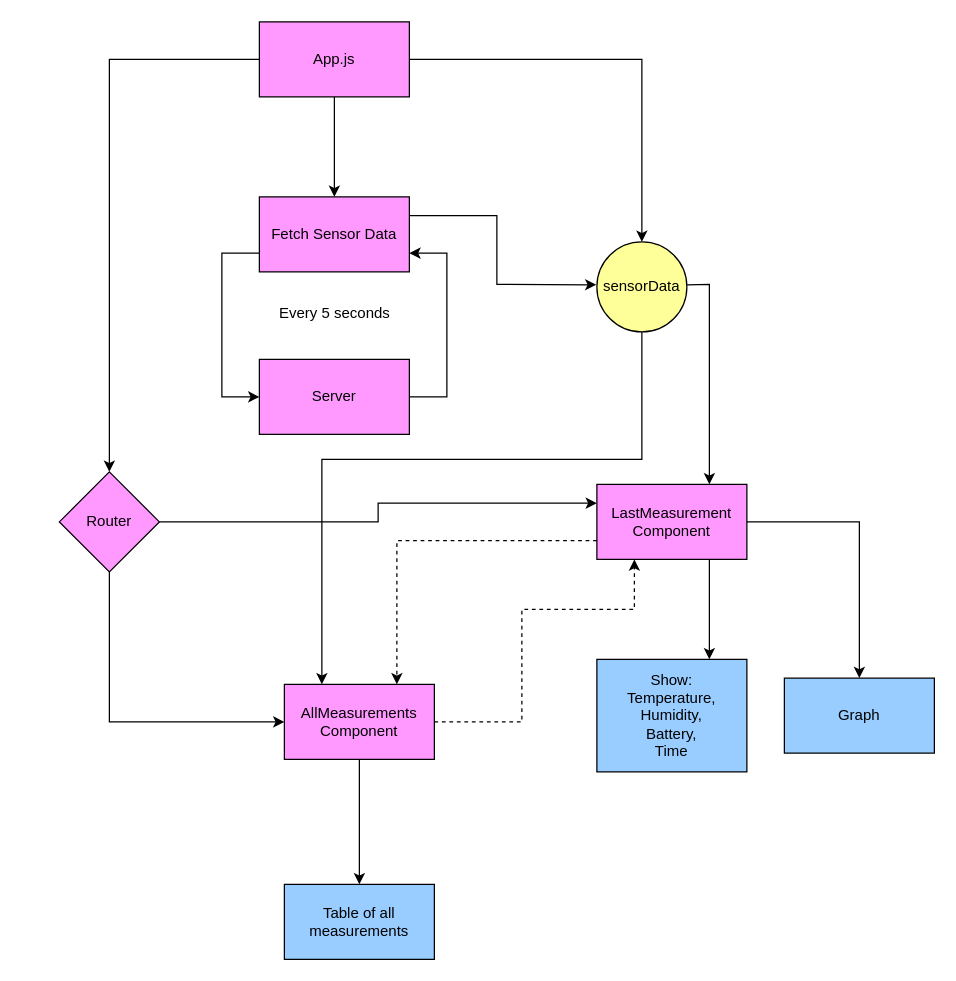
This is webapp_flowchart.drawio from sindregjone/TempAndHumSens, a draw.io file, before an edit. Source tidied: cells renumbered, new cells numbered last; positions are measured from the earlier drawing's top-left corner, leaving out a move shared by most shapes. Both pictures are drawn from the tidied source at 125%, with x=0, y=0 at pixel (59, 21).
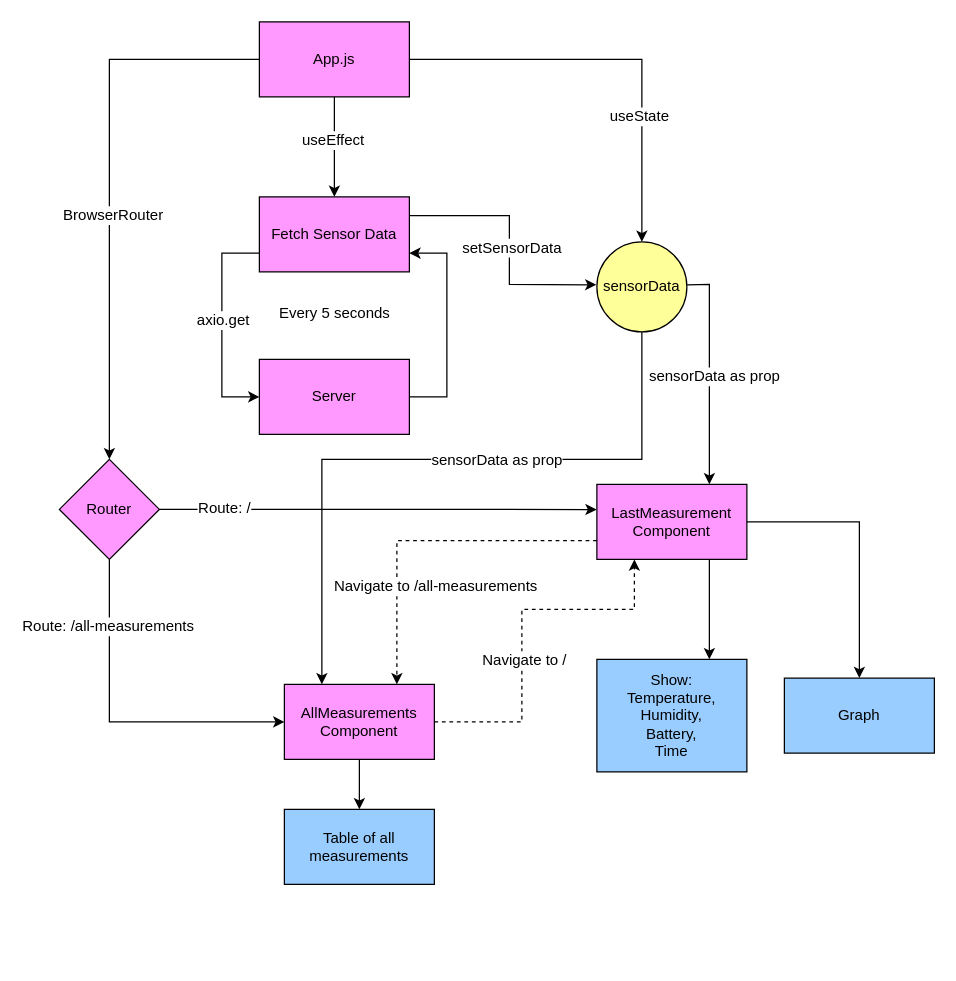
After the change.

The change refers to these unchanged cells:
```xml
<mxCell id="2" style="edgeStyle=orthogonalEdgeStyle;rounded=0;jettySize=auto;html=1;" parent="1" edge="1" source="5" target="6">
  <mxGeometry relative="1" as="geometry" />
</mxCell>
<mxCell id="3" style="edgeStyle=orthogonalEdgeStyle;rounded=0;jettySize=auto;html=1;entryX=0.5;entryY=0;entryDx=0;entryDy=0;" parent="1" edge="1" source="5" target="15">
  <mxGeometry relative="1" as="geometry" />
</mxCell>
<mxCell id="4" style="edgeStyle=orthogonalEdgeStyle;rounded=0;jettySize=auto;html=1;entryX=0.5;entryY=0;entryDx=0;entryDy=0;" parent="1" edge="1" source="5" target="9">
  <mxGeometry relative="1" as="geometry" />
</mxCell>
<mxCell id="6" value="Fetch Sensor Data" style="whiteSpace=wrap;html=1;rounded=0;fillColor=#FF99FF;" parent="1" vertex="1">
  <mxGeometry x="160" y="140" width="120" height="60" as="geometry" />
</mxCell>
<mxCell id="7" style="edgeStyle=orthogonalEdgeStyle;rounded=0;jettySize=auto;html=1;entryX=0;entryY=0.5;entryDx=0;entryDy=0;" parent="1" edge="1" source="9" target="22">
  <mxGeometry relative="1" as="geometry">
    <Array as="points">
      <mxPoint x="40" y="560" />
    </Array>
  </mxGeometry>
</mxCell>
<mxCell id="11" style="endArrow=classic;html=1;rounded=0;exitX=0;exitY=0.75;exitDx=0;exitDy=0;entryX=0;entryY=0.5;entryDx=0;entryDy=0;" parent="1" edge="1" source="6" target="10">
  <mxGeometry relative="1" as="geometry">
    <Array as="points">
      <mxPoint x="130" y="185" />
      <mxPoint x="130" y="300" />
    </Array>
  </mxGeometry>
</mxCell>
<mxCell id="14" style="edgeStyle=orthogonalEdgeStyle;rounded=0;jettySize=auto;html=1;entryX=0.25;entryY=0;entryDx=0;entryDy=0;" parent="1" edge="1" source="15" target="22">
  <mxGeometry relative="1" as="geometry">
    <Array as="points">
      <mxPoint x="466" y="350" />
      <mxPoint x="210" y="350" />
    </Array>
  </mxGeometry>
</mxCell>
<mxCell id="15" value="sensorData" style="ellipse;whiteSpace=wrap;html=1;fillColor=#FFFF99;" parent="1" vertex="1">
  <mxGeometry x="430" y="176" width="72" height="72" as="geometry" />
</mxCell>
<mxCell id="18" value="LastMeasurement Component" style="rounded=0;whiteSpace=wrap;html=1;fillColor=#FF99FF;" parent="1" vertex="1">
  <mxGeometry x="430" y="370" width="120" height="60" as="geometry" />
</mxCell>
<mxCell id="25" style="endArrow=classic;html=1;rounded=0;entryX=0.75;entryY=0;entryDx=0;entryDy=0;exitX=1.002;exitY=0.478;exitDx=0;exitDy=0;exitPerimeter=0;" parent="1" edge="1" source="15" target="18">
  <mxGeometry relative="1" as="geometry">
    <Array as="points">
      <mxPoint x="520" y="210" />
    </Array>
  </mxGeometry>
</mxCell>
<mxCell id="26" style="html=1;labelBackgroundColor=#ffffff;startArrow=none;startFill=0;startSize=6;endArrow=classic;endFill=1;endSize=6;jettySize=auto;strokeWidth=1;dashed=1;fontSize=14;rounded=0;exitX=0;exitY=0.75;exitDx=0;exitDy=0;entryX=0.75;entryY=0;entryDx=0;entryDy=0;" parent="1" edge="1" source="18" target="22">
  <mxGeometry relative="1" as="geometry">
    <Array as="points">
      <mxPoint x="270" y="415" />
    </Array>
  </mxGeometry>
</mxCell>
<mxCell id="27" style="html=1;labelBackgroundColor=#ffffff;startArrow=none;startFill=0;startSize=6;endArrow=classic;endFill=1;endSize=6;jettySize=auto;strokeWidth=1;dashed=1;fontSize=14;rounded=0;exitX=1;exitY=0.5;exitDx=0;exitDy=0;entryX=0.25;entryY=1;entryDx=0;entryDy=0;" parent="1" edge="1" source="22" target="18">
  <mxGeometry relative="1" as="geometry">
    <Array as="points">
      <mxPoint x="370" y="560" />
      <mxPoint x="370" y="470" />
      <mxPoint x="460" y="470" />
    </Array>
  </mxGeometry>
</mxCell>
```

What changed in the source:
```diff
@@
+    <mxCell id="28" value="useEffect" style="edgeLabel;html=1;align=center;verticalAlign=middle;fontSize=12;" parent="2" vertex="1">
+      <mxGeometry x="-0.14" y="-2" relative="1" as="geometry" />
+    </mxCell>
@@
+    <mxCell id="29" value="useState" style="edgeLabel;html=1;align=center;verticalAlign=middle;fontSize=12;" parent="3" vertex="1">
+      <mxGeometry x="0.39" y="-3" relative="1" as="geometry" />
+    </mxCell>
@@
+    <mxCell id="30" value="BrowserRouter" style="edgeLabel;html=1;align=center;verticalAlign=middle;fontSize=12;" parent="4" vertex="1">
+      <mxGeometry x="0.11" y="2" relative="1" as="geometry" />
+    </mxCell>
@@
+    <mxCell id="31" value="Route: /all-measurements" style="edgeLabel;html=1;align=center;verticalAlign=middle;fontSize=12;" parent="7" vertex="1">
+      <mxGeometry x="-0.61" y="-2" relative="1" as="geometry" />
+    </mxCell>
-    <mxCell id="8" style="edgeStyle=orthogonalEdgeStyle;rounded=0;jettySize=auto;html=1;entryX=0;entryY=0.25;entryDx=0;entryDy=0;" parent="1" edge="1" source="9" target="18">
+    <mxCell id="8" style="edgeStyle=orthogonalEdgeStyle;rounded=0;jettySize=auto;html=1;entryX=-0.002;entryY=0.336;entryDx=0;entryDy=0;entryPerimeter=0;" parent="1" edge="1" source="9" target="18">
       <mxGeometry relative="1" as="geometry" />
     </mxCell>
+    <mxCell id="32" value="Route: /" style="edgeLabel;html=1;align=center;verticalAlign=middle;fontSize=12;" parent="8" vertex="1">
+      <mxGeometry x="-0.71" y="2" relative="1" as="geometry" />
+    </mxCell>
     <mxCell id="9" value="Router" style="rhombus;whiteSpace=wrap;html=1;fillColor=#FF99FF;" parent="1" vertex="1">
-      <mxGeometry y="360" width="80" height="80" as="geometry" />
+      <mxGeometry y="350" width="80" height="80" as="geometry" />
     </mxCell>
@@
+    <mxCell id="33" value="axio.get" style="edgeLabel;html=1;align=center;verticalAlign=middle;fontSize=12;" parent="11" vertex="1">
+      <mxGeometry x="-0.05" relative="1" as="geometry" />
+    </mxCell>
@@
+    <mxCell id="34" value="sensorData as prop" style="edgeLabel;html=1;align=center;verticalAlign=middle;fontSize=12;" parent="14" vertex="1">
+      <mxGeometry x="-0.1" relative="1" as="geometry">
+        <mxPoint x="23" as="offset" />
+      </mxGeometry>
+    </mxCell>
@@
     <mxCell id="23" value="Table of all measurements" style="rounded=0;whiteSpace=wrap;html=1;fillColor=#99CCFF;" parent="1" vertex="1">
-      <mxGeometry x="180" y="690" width="120" height="60" as="geometry" />
+      <mxGeometry x="180" y="630" width="120" height="60" as="geometry" />
     </mxCell>
     <mxCell id="24" style="endArrow=classic;html=1;rounded=0;exitX=1;exitY=0.25;exitDx=0;exitDy=0;entryX=-0.006;entryY=0.477;entryDx=0;entryDy=0;entryPerimeter=0;" parent="1" edge="1" source="6" target="15">
       <mxGeometry relative="1" as="geometry">
         <Array as="points">
-          <mxPoint x="350" y="155" />
-          <mxPoint x="350" y="210" />
+          <mxPoint x="360" y="155" />
+          <mxPoint x="360" y="210" />
         </Array>
       </mxGeometry>
     </mxCell>
+    <mxCell id="35" value="setSensorData" style="edgeLabel;html=1;align=center;verticalAlign=middle;fontSize=12;" parent="24" vertex="1">
+      <mxGeometry x="-0.03" y="1" relative="1" as="geometry">
+        <mxPoint y="6" as="offset" />
+      </mxGeometry>
+    </mxCell>
@@
+    <mxCell id="36" value="sensorData as prop" style="edgeLabel;html=1;align=center;verticalAlign=middle;fontSize=12;" parent="25" vertex="1">
+      <mxGeometry x="0.02" y="3" relative="1" as="geometry" />
+    </mxCell>
@@
+    <mxCell id="37" value="Navigate to /all-measurements" style="edgeLabel;html=1;align=center;verticalAlign=middle;fontSize=12;" parent="26" vertex="1">
+      <mxGeometry x="0.42" y="-1" relative="1" as="geometry">
+        <mxPoint x="31" y="1" as="offset" />
+      </mxGeometry>
+    </mxCell>
@@
+    <mxCell id="38" value="Navigate to /" style="edgeLabel;html=1;align=center;verticalAlign=middle;fontSize=12;" parent="27" vertex="1">
+      <mxGeometry x="-0.18" y="-1" relative="1" as="geometry">
+        <mxPoint y="-1" as="offset" />
+      </mxGeometry>
+    </mxCell>
```
